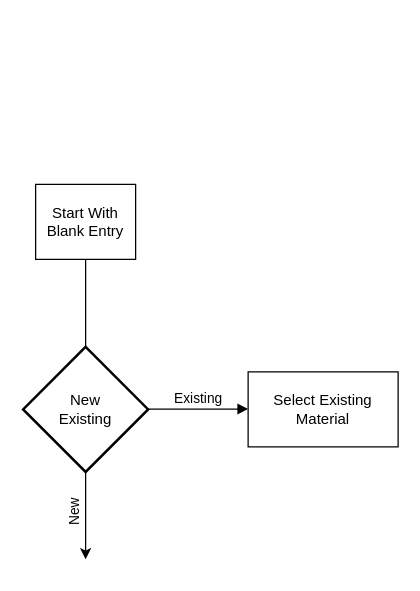
Earlier version of the draw.io diagram Material list.drawio (uuoo10levi/materialList). Source tidied: cells renumbered, new cells numbered last; positions are measured from the earlier drawing's top-left corner, leaving out a move shared by most shapes. Both pictures are drawn from the tidied source at 125%, with x=0, y=0 at pixel (22, 184).
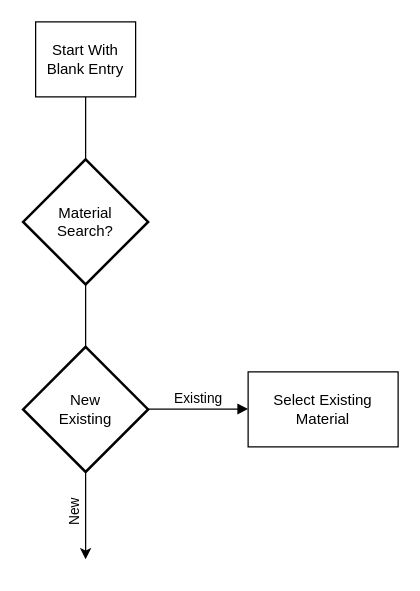
After the change.

Change to the diagram source:
```diff
@@
 <mxGraphModel>
   <root>
     <mxCell id="0" />
     <mxCell id="1" parent="0" />
     <mxCell id="2" value="Start With Blank Entry" style="rounded=0;whiteSpace=wrap;html=1;" parent="1" vertex="1">
-      <mxGeometry x="10" width="80" height="60" as="geometry" />
+      <mxGeometry x="10" y="-130" width="80" height="60" as="geometry" />
     </mxCell>
     <mxCell id="3" value="New&lt;br&gt;Existing" style="strokeWidth=2;html=1;shape=mxgraph.flowchart.decision;whiteSpace=wrap;" parent="1" vertex="1">
       <mxGeometry y="130" width="100" height="100" as="geometry" />
     </mxCell>
-    <mxCell id="4" style="endArrow=none;html=1;rounded=0;entryX=0.5;entryY=1;entryDx=0;entryDy=0;exitX=0.5;exitY=0;exitDx=0;exitDy=0;exitPerimeter=0;" parent="1" edge="1" source="3" target="2">
+    <mxCell id="4" style="endArrow=none;html=1;rounded=0;entryX=0.5;entryY=1;entryDx=0;entryDy=0;exitX=0.5;exitY=0;exitDx=0;exitDy=0;exitPerimeter=0;" parent="1" edge="1" source="9" target="2">
       <mxGeometry relative="1" as="geometry" />
     </mxCell>
     <mxCell id="5" value="&lt;div&gt;Select Existing&lt;/div&gt;&lt;div&gt;Material&lt;br&gt;&lt;/div&gt;" style="rounded=0;whiteSpace=wrap;html=1;" parent="1" vertex="1">
       <mxGeometry x="180" y="150" width="120" height="60" as="geometry" />
     </mxCell>
     <mxCell id="6" value="Existing" style="html=1;verticalAlign=bottom;endArrow=block;curved=0;rounded=0;" parent="1" edge="1">
       <mxGeometry relative="1" as="geometry">
         <mxPoint x="100" y="179.7" as="sourcePoint" />
         <mxPoint x="180" y="179.7" as="targetPoint" />
       </mxGeometry>
     </mxCell>
     <mxCell id="7" value="New" style="html=1;verticalAlign=bottom;startArrow=classic;startFill=1;endArrow=none;startSize=6;endSize=8;curved=0;rounded=0;horizontal=0;endFill=0;labelPosition=center;verticalLabelPosition=top;align=center;spacingBottom=4;spacingLeft=-5;" parent="1" edge="1">
       <mxGeometry x="-0.14" relative="1" as="geometry">
         <mxPoint x="50" y="300" as="sourcePoint" />
         <mxPoint x="50" y="230" as="targetPoint" />
       </mxGeometry>
     </mxCell>
+    <mxCell id="8" style="endArrow=none;html=1;rounded=0;entryX=0.5;entryY=1;entryDx=0;entryDy=0;exitX=0.5;exitY=0;exitDx=0;exitDy=0;exitPerimeter=0;" parent="1" edge="1" source="3" target="9">
+      <mxGeometry relative="1" as="geometry" />
+    </mxCell>
+    <mxCell id="9" value="&lt;div&gt;Material&lt;/div&gt;&lt;div&gt;Search?&lt;br&gt;&lt;/div&gt;" style="strokeWidth=2;html=1;shape=mxgraph.flowchart.decision;whiteSpace=wrap;" parent="1" vertex="1">
+      <mxGeometry y="-20" width="100" height="100" as="geometry" />
+    </mxCell>
   </root>
 </mxGraphModel>
```
